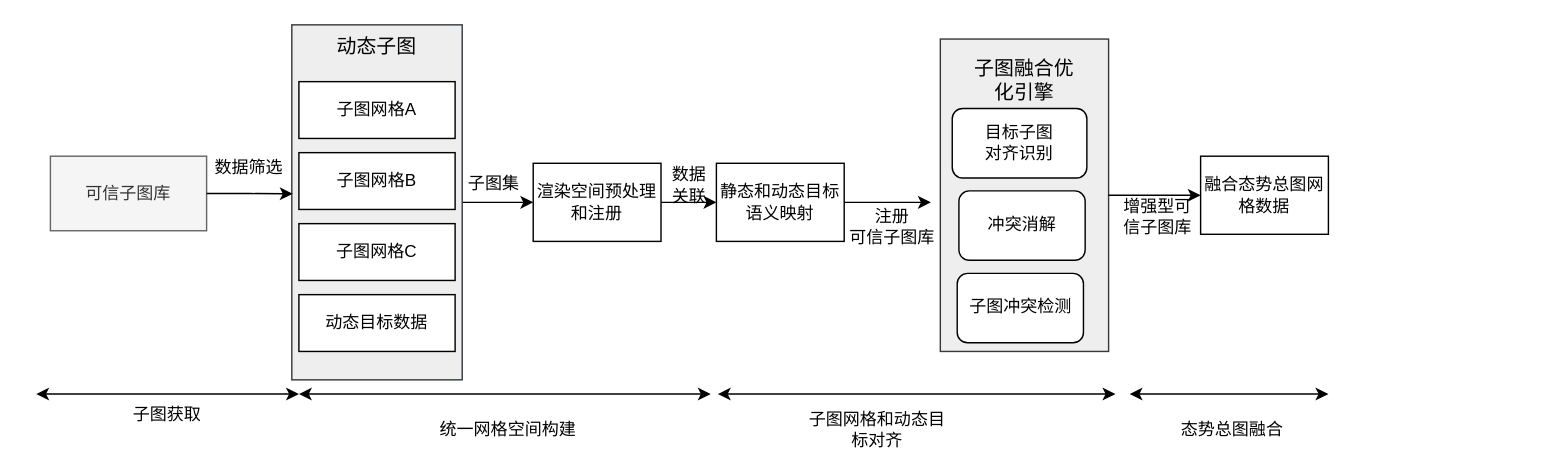
The draw.io diagram page "态势融合技术" (10 of 14) of 态势感知体系图.drawio in paleblackless/diagrams, before the edit. Source tidied: cells renumbered, new cells numbered last; positions are measured from the earlier drawing's top-left corner, leaving out a move shared by most shapes. Both pictures are drawn from the tidied source at 142%, with x=0, y=0 at pixel (36, 24).
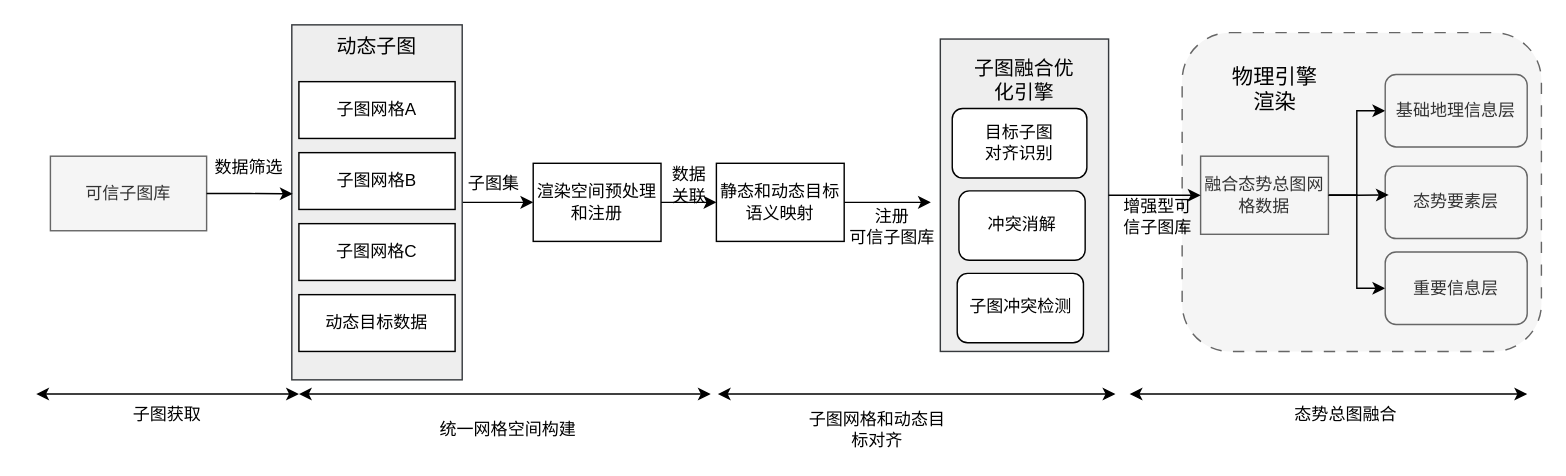
The same diagram, later.

Commit message:
更新态势感知体系图.drawio

The edit, as a diff of the source:
```diff
@@
+    <mxCell id="37" style="rounded=1;whiteSpace=wrap;html=1;dashed=1;dashPattern=8 8;fillColor=#f5f5f5;fontColor=#333333;strokeColor=#666666;" parent="1" vertex="1">
+      <mxGeometry x="807" y="5.5" width="253" height="224.5" as="geometry" />
+    </mxCell>
@@
+    <mxCell id="38" style="edgeStyle=orthogonalEdgeStyle;rounded=0;jettySize=auto;html=1;exitX=1;exitY=0.5;exitDx=0;exitDy=0;entryX=0;entryY=0.5;entryDx=0;entryDy=0;" parent="1" edge="1" source="16" target="40">
+      <mxGeometry relative="1" as="geometry" />
+    </mxCell>
+    <mxCell id="39" style="edgeStyle=orthogonalEdgeStyle;rounded=0;jettySize=auto;html=1;entryX=0;entryY=0.5;entryDx=0;entryDy=0;" parent="1" edge="1" source="16" target="42">
+      <mxGeometry relative="1" as="geometry" />
+    </mxCell>
-    <mxCell id="16" value="融合态势总图网格数据" style="rounded=0;whiteSpace=wrap;html=1;" parent="1" vertex="1">
+    <mxCell id="16" value="融合态势总图网格数据" style="rounded=0;whiteSpace=wrap;html=1;fillColor=#f5f5f5;fontColor=#333333;strokeColor=#666666;" parent="1" vertex="1">
       <mxGeometry x="820" y="92.5" width="90" height="55" as="geometry" />
     </mxCell>
@@
     <mxCell id="26" style="endArrow=classic;startArrow=classic;html=1;rounded=0;" parent="1" edge="1">
       <mxGeometry relative="1" as="geometry">
         <mxPoint x="770" y="260" as="sourcePoint" />
-        <mxPoint x="910" y="260" as="targetPoint" />
+        <mxPoint x="1050" y="260" as="targetPoint" />
       </mxGeometry>
     </mxCell>
@@
     <mxCell id="29" value="态势总图融合" style="text;html=1;whiteSpace=wrap;strokeColor=none;fillColor=none;align=center;verticalAlign=middle;rounded=0;" parent="1" vertex="1">
-      <mxGeometry x="790" y="270" width="105" height="30" as="geometry" />
+      <mxGeometry x="870" y="260" width="105" height="30" as="geometry" />
     </mxCell>
@@
+    <mxCell id="40" value="基础地理信息层" style="rounded=1;whiteSpace=wrap;html=1;fillColor=#f5f5f5;fontColor=#333333;strokeColor=#666666;" parent="1" vertex="1">
+      <mxGeometry x="950" y="35" width="100" height="51" as="geometry" />
+    </mxCell>
+    <mxCell id="41" value="态势要素层" style="rounded=1;whiteSpace=wrap;html=1;fillColor=#f5f5f5;fontColor=#333333;strokeColor=#666666;" parent="1" vertex="1">
+      <mxGeometry x="950" y="99.5" width="100" height="51" as="geometry" />
+    </mxCell>
+    <mxCell id="42" value="重要信息层" style="rounded=1;whiteSpace=wrap;html=1;fillColor=#f5f5f5;fontColor=#333333;strokeColor=#666666;" parent="1" vertex="1">
+      <mxGeometry x="950" y="160" width="100" height="51" as="geometry" />
+    </mxCell>
+    <mxCell id="43" style="edgeStyle=orthogonalEdgeStyle;rounded=0;jettySize=auto;html=1;entryX=0.025;entryY=0.397;entryDx=0;entryDy=0;entryPerimeter=0;" parent="1" edge="1" source="16" target="41">
+      <mxGeometry relative="1" as="geometry" />
+    </mxCell>
+    <mxCell id="44" value="&lt;font style=&quot;font-size: 15px;&quot;&gt;物理引擎渲染&lt;/font&gt;" style="text;html=1;whiteSpace=wrap;strokeColor=none;fillColor=none;align=center;verticalAlign=middle;rounded=0;" parent="1" vertex="1">
+      <mxGeometry x="835" y="30" width="75" height="30" as="geometry" />
+    </mxCell>
```
